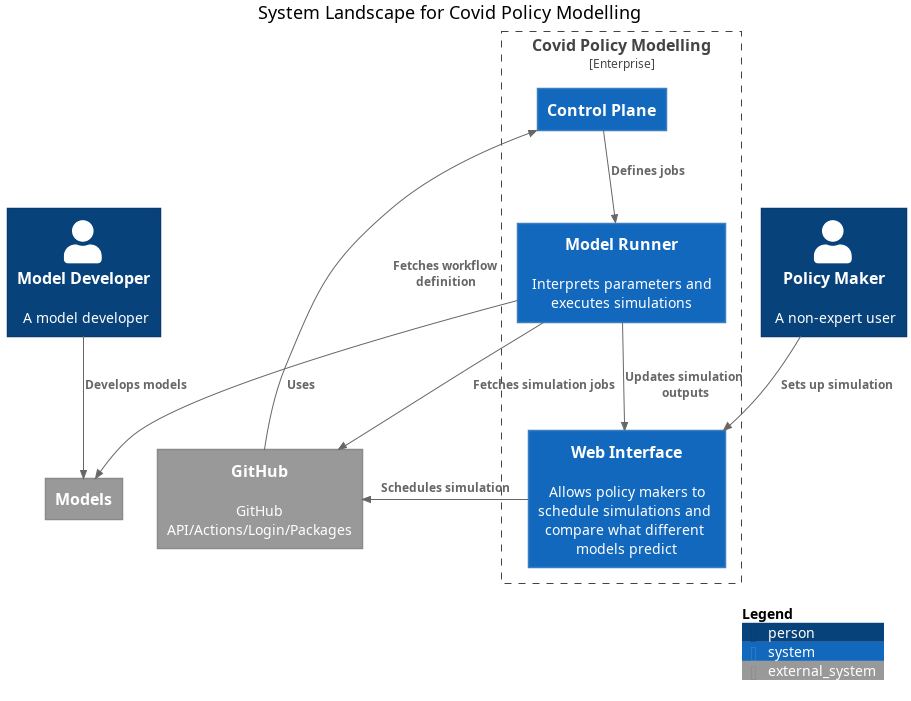
The PlantUML diagram assets/diagrams/structurizr-SystemLandscapeSummary.png in covid-policy-modelling/covid-policy-modelling.github.io, before a commit.
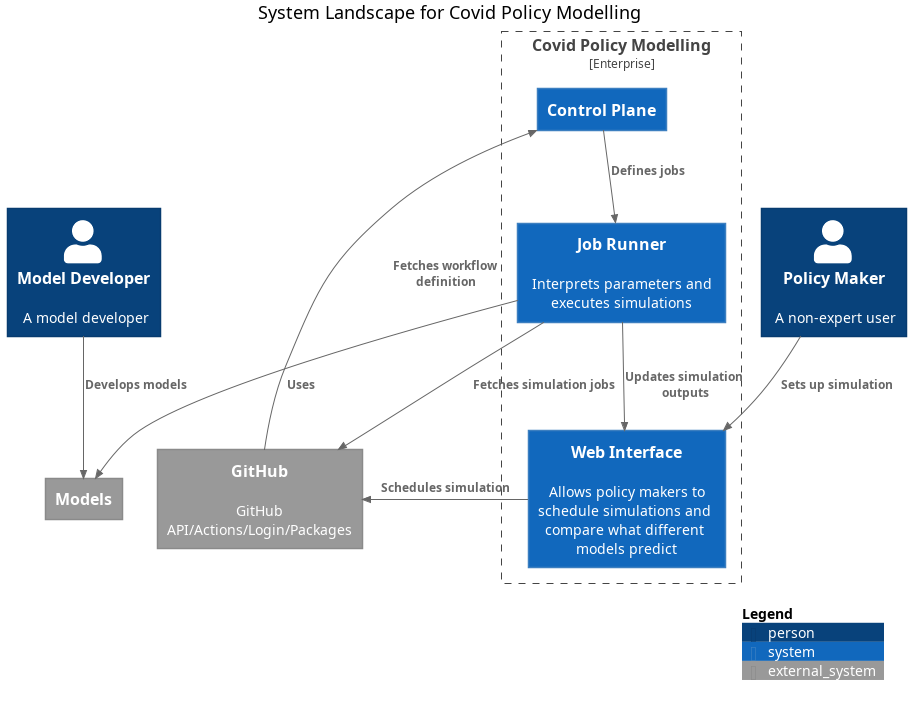
After the change.

Commit message:
Rename ModelRunner system to avoid confusion with container

Change to the diagram source:
```diff
@@ -7,7 +7,7 @@
 !includeurl https://raw.githubusercontent.com/plantuml-stdlib/C4-PlantUML/master/C4_Context.puml
 
 Enterprise_Boundary(enterprise, "Covid Policy Modelling") {
-  System(ModelRunner, "Model Runner", "Interprets parameters and executes simulations")
+  System(JobRunner, "Job Runner", "Interprets parameters and executes simulations")
   System(ControlPlane, "Control Plane", "")
   System(WebInterface, "Web Interface", "Allows policy makers to schedule simulations and compare what different models predict")
 }
@@ -18,10 +18,10 @@
 Person(ModelDeveloper, "Model Developer", "A model developer")
 
 Rel_D(WebInterface, GitHub, "Schedules simulation")
-Rel_D(ModelRunner, Models, "Uses")
-Rel_D(ModelRunner, WebInterface, "Updates simulation outputs")
-Rel_D(ModelRunner, GitHub, "Fetches simulation jobs")
-Rel_D(ControlPlane, ModelRunner, "Defines jobs")
+Rel_D(JobRunner, Models, "Uses")
+Rel_D(JobRunner, WebInterface, "Updates simulation outputs")
+Rel_D(JobRunner, GitHub, "Fetches simulation jobs")
+Rel_D(ControlPlane, JobRunner, "Defines jobs")
 Rel_D(GitHub, ControlPlane, "Fetches workflow definition")
 Rel_D(PolicyMaker, WebInterface, "Sets up simulation")
 Rel_D(ModelDeveloper, Models, "Develops models")
```
